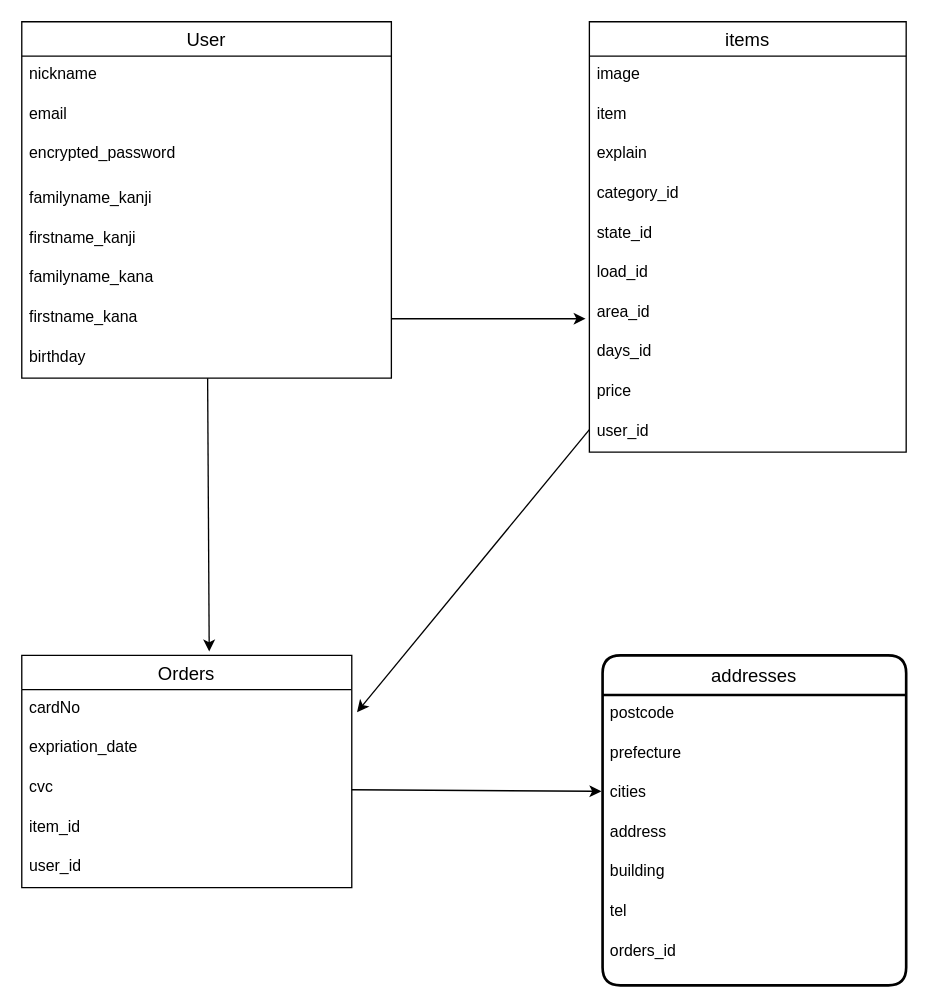
The draw.io diagram ER.dio in midor030/furima-31771, before the edit. Source tidied: cells renumbered, new cells numbered last; positions are measured from the earlier drawing's top-left corner, leaving out a move shared by most shapes. Both pictures are drawn from the tidied source at 132%, with x=0, y=0 at pixel (21, 21).
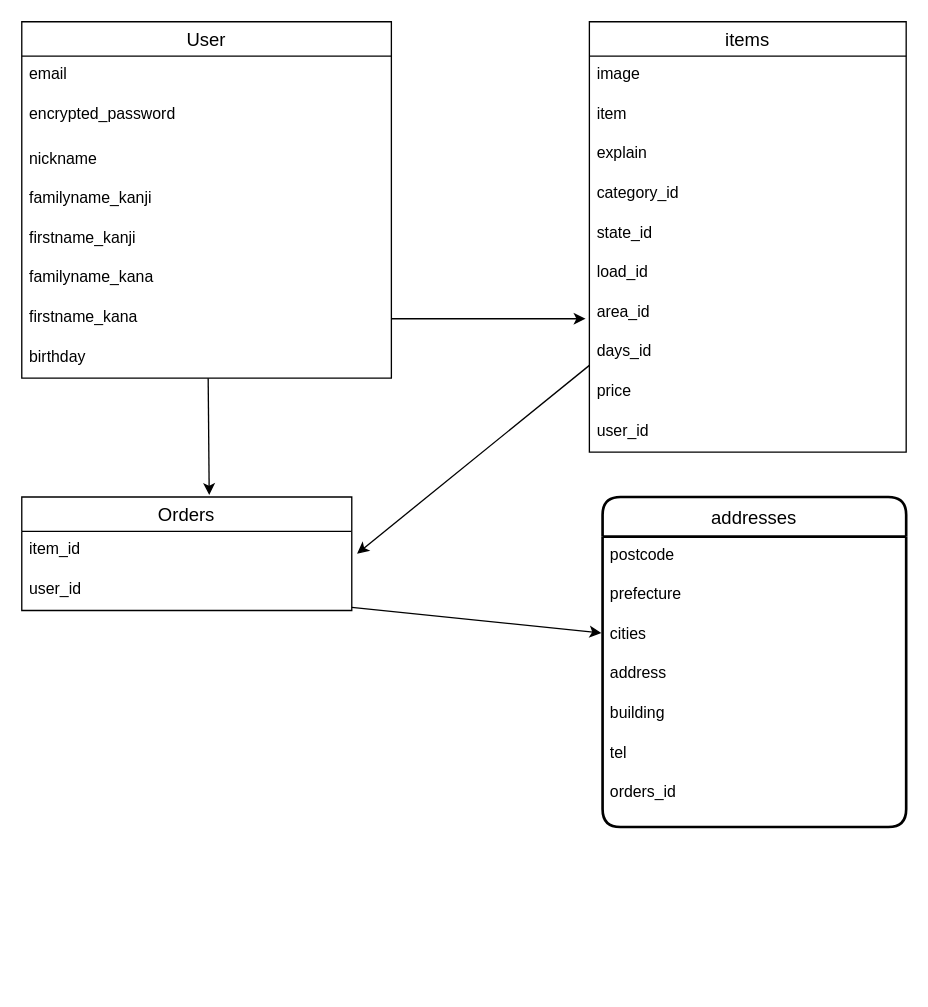
Above is the later version.

The change refers to these unchanged cells:
```xml
<mxCell id="3" value="User" style="swimlane;fontStyle=0;horizontal=1;startSize=26;align=center;fontSize=14;" parent="1" vertex="1">
  <mxGeometry width="280" height="270" as="geometry" />
</mxCell>
<mxCell id="13" value="items" style="swimlane;fontStyle=0;horizontal=1;startSize=26;align=center;fontSize=14;" parent="1" vertex="1">
  <mxGeometry x="430" width="240" height="326" as="geometry" />
</mxCell>
<mxCell id="34" value="cities" style="text;strokeColor=none;fillColor=none;spacingLeft=4;spacingRight=4;overflow=hidden;points=[[0,0.5],[1,0.5]];portConstraint=eastwest;fontSize=12;" parent="31" vertex="1">
  <mxGeometry y="90" width="230" height="30" as="geometry" />
</mxCell>
```

Change to the diagram source:
```diff
@@
-    <mxCell id="4" value="nickname" style="text;strokeColor=none;fillColor=none;spacingLeft=4;spacingRight=4;overflow=hidden;fontSize=12;" parent="3" vertex="1">
-      <mxGeometry y="26" width="280" height="30" as="geometry" />
-    </mxCell>
     <mxCell id="5" value="email" style="text;strokeColor=none;fillColor=none;spacingLeft=4;spacingRight=4;overflow=hidden;fontSize=12;" parent="3" vertex="1">
-      <mxGeometry y="56" width="280" height="30" as="geometry" />
+      <mxGeometry y="26" width="280" height="30" as="geometry" />
     </mxCell>
     <mxCell id="6" value="encrypted_password&#10;" style="text;strokeColor=none;fillColor=none;spacingLeft=4;spacingRight=4;overflow=hidden;fontSize=12;" parent="3" vertex="1">
-      <mxGeometry y="86" width="280" height="34" as="geometry" />
+      <mxGeometry y="56" width="280" height="34" as="geometry" />
     </mxCell>
+    <mxCell id="4" value="nickname" style="text;strokeColor=none;fillColor=none;spacingLeft=4;spacingRight=4;overflow=hidden;fontSize=12;" parent="3" vertex="1">
+      <mxGeometry y="90" width="280" height="30" as="geometry" />
+    </mxCell>
@@
-    <mxCell id="12" style="edgeStyle=none;rounded=0;jettySize=auto;html=1;entryX=1.016;entryY=0.567;entryDx=0;entryDy=0;entryPerimeter=0;" parent="1" edge="1" source="13" target="26">
-      <mxGeometry relative="1" as="geometry" />
+    <mxCell id="12" style="edgeStyle=none;rounded=0;jettySize=auto;html=1;entryX=1.016;entryY=0.567;entryDx=0;entryDy=0;entryPerimeter=0;" parent="1" edge="1" source="13">
+      <mxGeometry relative="1" as="geometry">
+        <mxPoint x="254" y="403" as="targetPoint" />
+      </mxGeometry>
     </mxCell>
@@
+    <mxCell id="39" style="edgeStyle=none;rounded=0;jettySize=auto;html=1;entryX=-0.004;entryY=0.433;entryDx=0;entryDy=0;entryPerimeter=0;" parent="1" edge="1" target="34">
+      <mxGeometry relative="1" as="geometry">
+        <mxPoint x="250" y="443.7" as="sourcePoint" />
+      </mxGeometry>
+    </mxCell>
     <mxCell id="25" value="Orders" style="swimlane;fontStyle=0;horizontal=1;startSize=26;align=center;fontSize=14;" parent="1" vertex="1">
-      <mxGeometry y="480" width="250" height="176" as="geometry" />
+      <mxGeometry y="360" width="250" height="86" as="geometry" />
     </mxCell>
-    <mxCell id="26" value="cardNo" style="text;strokeColor=none;fillColor=none;spacingLeft=4;spacingRight=4;overflow=hidden;points=[[0,0.5],[1,0.5]];portConstraint=eastwest;fontSize=12;" parent="25" vertex="1">
-      <mxGeometry y="26" width="250" height="30" as="geometry" />
-    </mxCell>
-    <mxCell id="27" value="expriation_date" style="text;strokeColor=none;fillColor=none;spacingLeft=4;spacingRight=4;overflow=hidden;fontSize=12;" parent="25" vertex="1">
-      <mxGeometry y="56" width="250" height="30" as="geometry" />
-    </mxCell>
-    <mxCell id="28" value="cvc" style="text;strokeColor=none;fillColor=none;spacingLeft=4;spacingRight=4;overflow=hidden;points=[[0,0.5],[1,0.5]];portConstraint=eastwest;fontSize=12;" parent="25" vertex="1">
-      <mxGeometry y="86" width="250" height="30" as="geometry" />
-    </mxCell>
     <mxCell id="29" value="item_id" style="text;strokeColor=none;fillColor=none;spacingLeft=4;spacingRight=4;overflow=hidden;fontSize=12;" parent="25" vertex="1">
-      <mxGeometry y="116" width="250" height="30" as="geometry" />
+      <mxGeometry y="26" width="250" height="30" as="geometry" />
     </mxCell>
     <mxCell id="30" value="user_id" style="text;strokeColor=none;fillColor=none;spacingLeft=4;spacingRight=4;overflow=hidden;fontSize=12;" parent="25" vertex="1">
-      <mxGeometry y="146" width="250" height="30" as="geometry" />
+      <mxGeometry y="56" width="250" height="30" as="geometry" />
     </mxCell>
     <mxCell id="31" value="addresses" style="swimlane;horizontal=1;startSize=30;rounded=1;fontSize=14;fontStyle=0;strokeWidth=2;shadow=0;dashed=0;align=center;" parent="1" vertex="1">
-      <mxGeometry x="440" y="480" width="230" height="250" as="geometry" />
+      <mxGeometry x="440" y="360" width="230" height="250" as="geometry" />
     </mxCell>
@@
-    <mxCell id="39" style="edgeStyle=none;rounded=0;jettySize=auto;html=1;entryX=-0.004;entryY=0.433;entryDx=0;entryDy=0;entryPerimeter=0;" parent="1" edge="1" source="28" target="34">
-      <mxGeometry relative="1" as="geometry" />
-    </mxCell>
```
